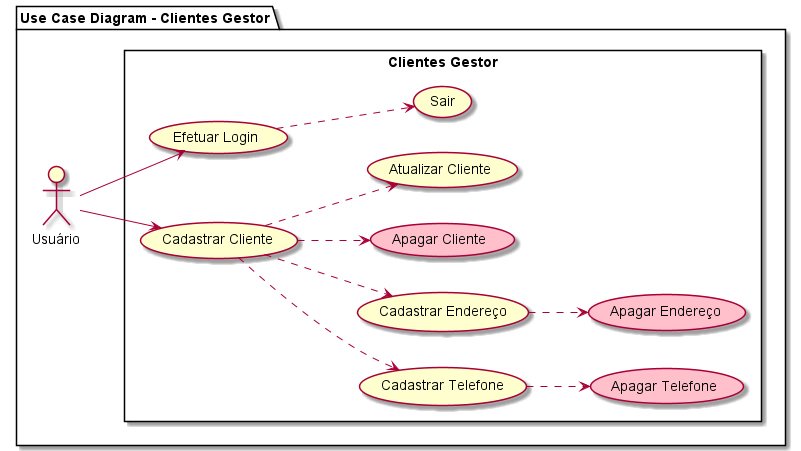
douglascarlos-dev/Clientes-Gestor keeps this PlantUML diagram as modelagem/Use_Case_Diagram.png. Above is the earlier version. Source of this version:
```plantuml
@startuml Use Case Diagram
left to right direction
package "Use Case Diagram - Clientes Gestor" {
actor Usuário as u
rectangle "Clientes Gestor" {
  usecase "Efetuar Login" as UC1
  usecase "Cadastrar Cliente" as UC2
  usecase "Cadastrar Telefone" as UC3
  usecase "Cadastrar Endereço" as UC4
  usecase "Apagar Endereço" as UC5 #pink
  usecase "Apagar Telefone" as UC6 #pink
  usecase "Apagar Cliente" as UC7 #pink
  usecase "Sair" as UC8
  usecase "Atualizar Cliente" as UC9
}
u --> UC1
u --> UC2
UC2 ..> UC3
UC2 ..> UC4
UC4 ..> UC5
UC3 ..> UC6
UC2 ..> UC7
UC1 ..> UC8
UC2 ..> UC9
}
@enduml
```
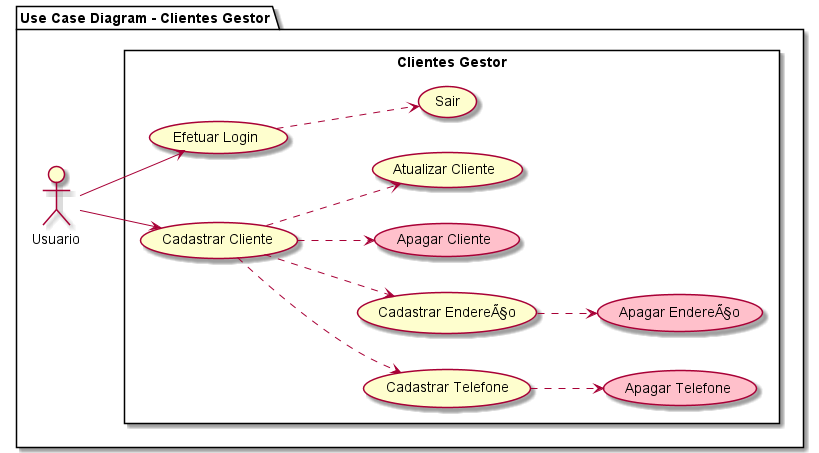
Later version of the same file.

What changed in the source:
```diff
@@ -1,13 +1,13 @@
 @startuml Use Case Diagram
 left to right direction
 package "Use Case Diagram - Clientes Gestor" {
-actor Usuário as u
+actor Usuario as u
 rectangle "Clientes Gestor" {
   usecase "Efetuar Login" as UC1
   usecase "Cadastrar Cliente" as UC2
   usecase "Cadastrar Telefone" as UC3
-  usecase "Cadastrar Endereço" as UC4
-  usecase "Apagar Endereço" as UC5 #pink
+  usecase "Cadastrar EndereÃ§o" as UC4
+  usecase "Apagar EndereÃ§o" as UC5 #pink
   usecase "Apagar Telefone" as UC6 #pink
   usecase "Apagar Cliente" as UC7 #pink
   usecase "Sair" as UC8
```
